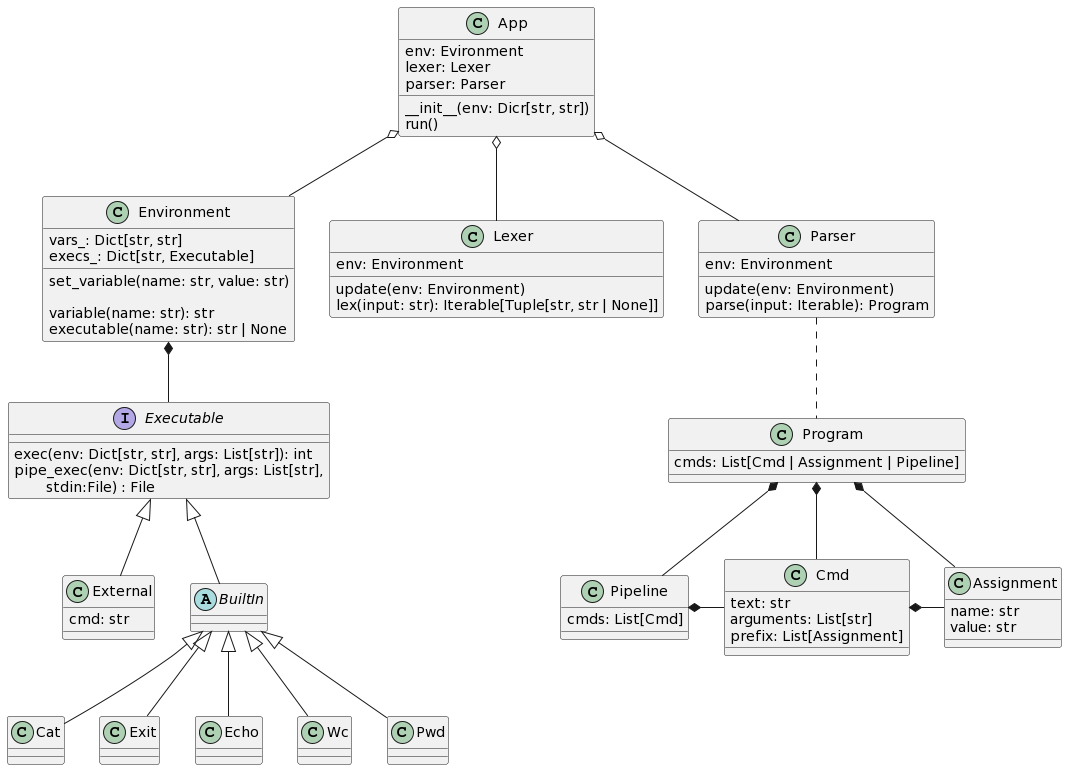
Before: class_diagram.png, a diagram exported from PlantUML (Ane1y/egregious-bash).
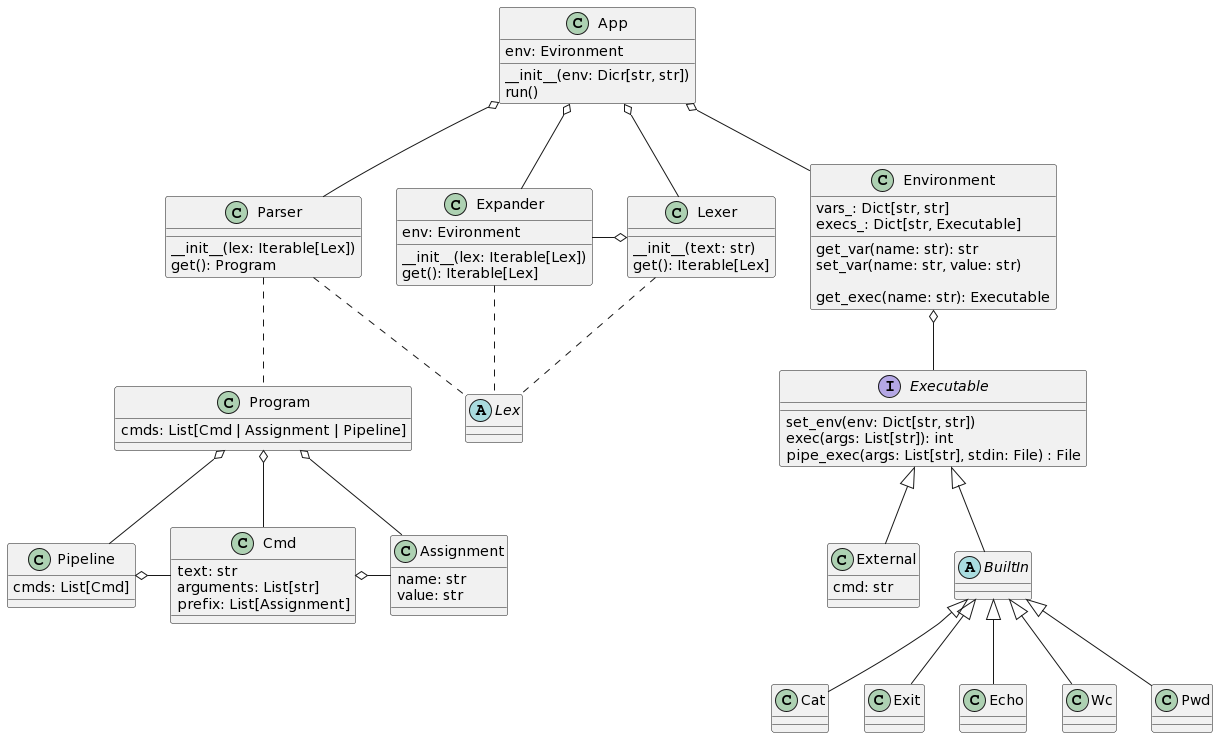
After the commit.

Diff of the diagram source:
```diff
@@ -3,16 +3,16 @@
   vars_: Dict[str, str]
   execs_: Dict[str, Executable]
 
+  get_var(name: str): str
+  set_var(name: str, value: str)
 
-  set_variable(name: str, value: str)
-
-  variable(name: str): str
-  executable(name: str): str | None
+  get_exec(name: str): Executable
 }
 
 interface Executable {
-  exec(env: Dict[str, str], args: List[str]): int
-  pipe_exec(env: Dict[str, str], args: List[str],\n\tstdin:File) : File
+  set_env(env: Dict[str, str])
+  exec(args: List[str]): int
+  pipe_exec(args: List[str], stdin: File) : File
 }
 
 class External {
@@ -20,21 +20,25 @@
 }
 
 class Lexer {
-  env: Environment
-  update(env: Environment)
-  lex(input: str): Iterable[Tuple[str, str | None]]
+  __init__(text: str)
+  get(): Iterable[Lex]
 }
 
 class Parser {
-  env: Environment
-  update(env: Environment)
-  parse(input: Iterable): Program
+  __init__(lex: Iterable[Lex])
+  get(): Program
 }
+
+
+class Expander {
+  env: Evironment
+  __init__(lex: Iterable[Lex])
+  get(): Iterable[Lex]
+}
+
 
 class App {
   env: Evironment
-  lexer: Lexer
-  parser: Parser
   __init__(env: Dicr[str, str])
   run()
 }
@@ -61,19 +65,27 @@
 	cmds: List[Cmd | Assignment | Pipeline]
 }
 
-Program *-- Cmd
-Program *-- Pipeline
-Program *-- Assignment
-Cmd *- Assignment
-Pipeline *- Cmd
+abstract class Lex {}
+
+Program o-- Cmd
+Program o-- Pipeline
+Program o-- Assignment
+Cmd o- Assignment
+Pipeline o- Cmd
 
 
 Parser .. Program
 
 
 App o-- Lexer
+App o-- Expander
 App o-- Parser
 App o-- Environment
+Expander -o Lexer
+
+Lexer .. Lex
+Parser .. Lex
+Expander .. Lex
 
 Executable <|-- BuiltIn
 
@@ -84,5 +96,5 @@
 BuiltIn <|-- Wc
 BuiltIn <|-- Pwd
 
-Environment *-- Executable
+Environment o-- Executable
 @enduml
```
